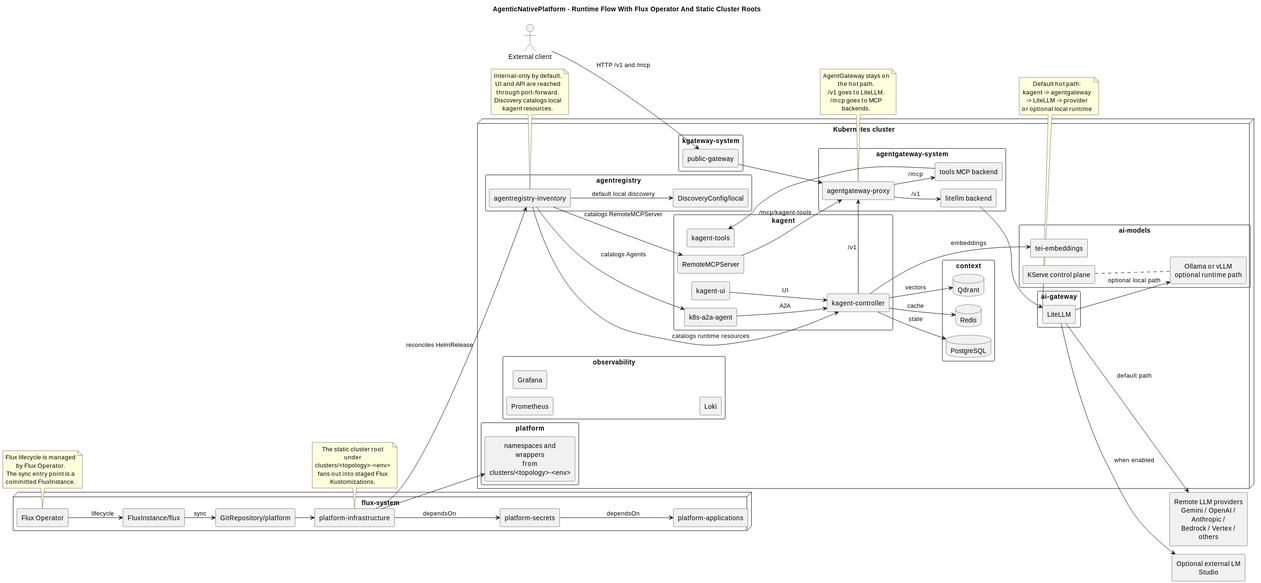
Earlier version of the PlantUML export .assets/architecture-current-runtime.svg (Shkirmantsev/AgenticNativePlatform). Source of this version:
```plantuml
@startuml
!pragma layout smetana
title AgenticNativePlatform - Runtime Flow With Flux Operator And Static Cluster Roots

left to right direction
skinparam shadowing false
skinparam packageStyle rectangle
skinparam componentStyle rectangle
skinparam wrapWidth 160
skinparam defaultTextAlignment center
hide stereotype

actor "External client" as Client
rectangle "Remote LLM providers\nGemini / OpenAI / Anthropic /\nBedrock / Vertex / others" as Providers
rectangle "Optional external LM Studio" as LMStudio

node "flux-system" {
  component "Flux Operator" as FluxOperator
  component "FluxInstance/flux" as FluxInstance
  component "GitRepository/platform" as GitRepository
  component "platform-infrastructure" as PlatformInfrastructure
  component "platform-secrets" as PlatformSecrets
  component "platform-applications" as PlatformApplications
}

node "Kubernetes cluster" {
  package "kgateway-system" {
    component "public-gateway" as PublicGateway
  }

  package "agentgateway-system" {
    component "agentgateway-proxy" as AgentgatewayProxy
    component "litellm backend" as LitellmBackend
    component "tools MCP backend" as ToolsBackend
  }

  package "kagent" {
    component "kagent-controller" as KagentController
    component "kagent-ui" as KagentUI
    component "kagent-tools" as KagentTools
    component "k8s-a2a-agent" as A2AAgent
    component "RemoteMCPServer" as RemoteMCP
  }

  package "agentregistry" {
    component "agentregistry-inventory" as Inventory
    component "DiscoveryConfig/local" as InventoryDiscovery
  }

  package "ai-gateway" {
    component "LiteLLM" as LiteLLM
  }

  package "ai-models" {
    component "tei-embeddings" as TEI
    component "KServe control plane" as KServe
    component "Ollama or vLLM\noptional runtime path" as RuntimeOverlay
  }

  package "context" {
    database "Qdrant" as Qdrant
    database "PostgreSQL" as Postgres
    database "Redis" as Redis
  }

  package "observability" {
    component "Prometheus" as Prometheus
    component "Grafana" as Grafana
    component "Loki" as Loki
  }

  package "platform" {
    component "namespaces and wrappers\nfrom clusters/<topology>-<env>" as ClusterWrappers
  }
}

FluxOperator --> FluxInstance : lifecycle
FluxInstance --> GitRepository : sync
GitRepository --> PlatformInfrastructure
PlatformInfrastructure --> PlatformSecrets : dependsOn
PlatformSecrets --> PlatformApplications : dependsOn
PlatformInfrastructure --> ClusterWrappers
PlatformInfrastructure --> Inventory : reconciles HelmRelease

Client --> PublicGateway : HTTP /v1 and /mcp
PublicGateway --> AgentgatewayProxy

KagentUI --> KagentController : UI
A2AAgent --> KagentController : A2A
KagentController --> AgentgatewayProxy : /v1
RemoteMCP --> AgentgatewayProxy : /mcp/kagent-tools
Inventory --> InventoryDiscovery : default local discovery
Inventory --> KagentController : catalogs runtime resources
Inventory --> RemoteMCP : catalogs RemoteMCPServer
Inventory --> A2AAgent : catalogs Agents

AgentgatewayProxy --> LitellmBackend : /v1
AgentgatewayProxy --> ToolsBackend : /mcp

LitellmBackend --> LiteLLM
ToolsBackend --> KagentTools

LiteLLM --> Providers : default path
LiteLLM --> LMStudio : when enabled
LiteLLM --> RuntimeOverlay : optional local path
KServe .. RuntimeOverlay

KagentController --> TEI : embeddings
KagentController --> Qdrant : vectors
KagentController --> Postgres : state
KagentController --> Redis : cache

note top of FluxOperator
Flux lifecycle is managed by Flux Operator.
The sync entry point is a committed FluxInstance.
end note

note top of PlatformInfrastructure
The static cluster root under clusters/<topology>-<env>
fans out into staged Flux Kustomizations.
end note

note top of AgentgatewayProxy
AgentGateway stays on the hot path.
/v1 goes to LiteLLM.
/mcp goes to MCP backends.
end note

note bottom of LiteLLM
Default hot path:
kagent -> agentgateway -> LiteLLM -> provider
or optional local runtime
end note

note bottom of Inventory
Internal-only by default.
UI and API are reached through port-forward.
Discovery catalogs local kagent resources.
end note
@enduml
```
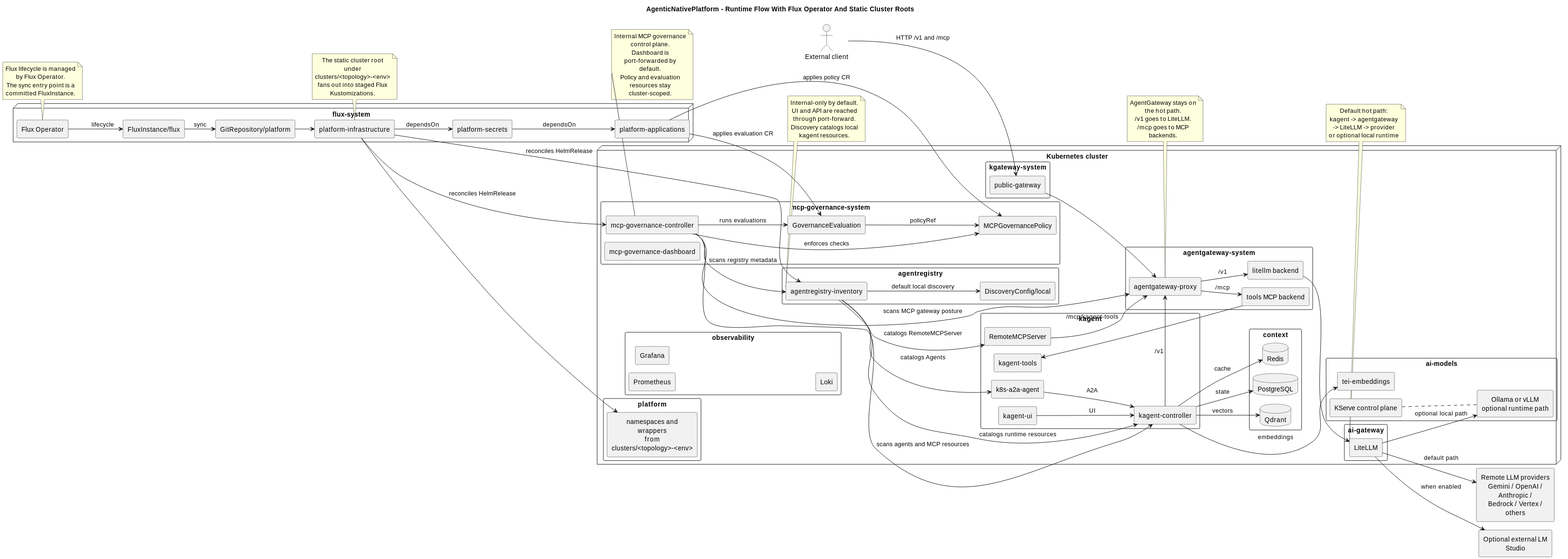
After the commit.

Commit message:
Update architecture information

Diff of the diagram source:
```diff
@@ -47,6 +47,13 @@
     component "DiscoveryConfig/local" as InventoryDiscovery
   }
 
+  package "mcp-governance-system" {
+    component "mcp-governance-controller" as MCPGController
+    component "mcp-governance-dashboard" as MCPGDashboard
+    component "MCPGovernancePolicy" as MCPGPolicy
+    component "GovernanceEvaluation" as MCPGEvaluation
+  }
+
   package "ai-gateway" {
     component "LiteLLM" as LiteLLM
   }
@@ -81,6 +88,9 @@
 PlatformSecrets --> PlatformApplications : dependsOn
 PlatformInfrastructure --> ClusterWrappers
 PlatformInfrastructure --> Inventory : reconciles HelmRelease
+PlatformInfrastructure --> MCPGController : reconciles HelmRelease
+PlatformApplications --> MCPGPolicy : applies policy CR
+PlatformApplications --> MCPGEvaluation : applies evaluation CR
 
 Client --> PublicGateway : HTTP /v1 and /mcp
 PublicGateway --> AgentgatewayProxy
@@ -93,6 +103,12 @@
 Inventory --> KagentController : catalogs runtime resources
 Inventory --> RemoteMCP : catalogs RemoteMCPServer
 Inventory --> A2AAgent : catalogs Agents
+MCPGEvaluation --> MCPGPolicy : policyRef
+MCPGController --> MCPGPolicy : enforces checks
+MCPGController --> MCPGEvaluation : runs evaluations
+MCPGController --> AgentgatewayProxy : scans MCP gateway posture
+MCPGController --> KagentController : scans agents and MCP resources
+MCPGController --> Inventory : scans registry metadata
 
 AgentgatewayProxy --> LitellmBackend : /v1
 AgentgatewayProxy --> ToolsBackend : /mcp
@@ -137,4 +153,10 @@
 UI and API are reached through port-forward.
 Discovery catalogs local kagent resources.
 end note
+
+note bottom of MCPGController
+Internal MCP governance control plane.
+Dashboard is port-forwarded by default.
+Policy and evaluation resources stay cluster-scoped.
+end note
 @enduml
```
